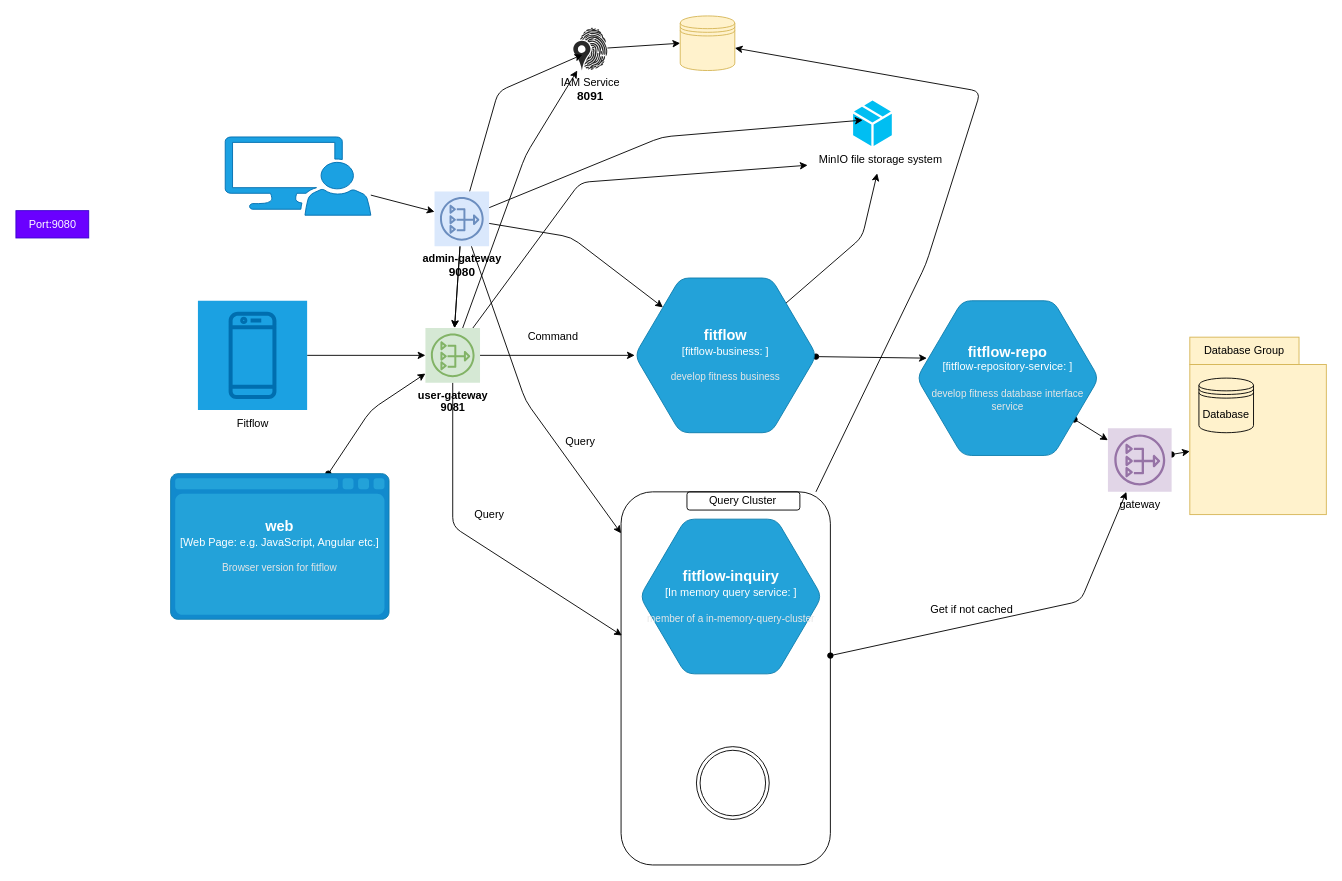
sohbati/fitflow keeps this draw.io diagram as page "microservice design" (3 of 3) of document/FitFlow-UserFlows.drawio. Above is the earlier version. Source tidied: cells renumbered, new cells numbered last; positions are measured from the earlier drawing's top-left corner, leaving out a move shared by most shapes. Both pictures are drawn from the tidied source at 91%, with x=0, y=0 at pixel (15, 15).
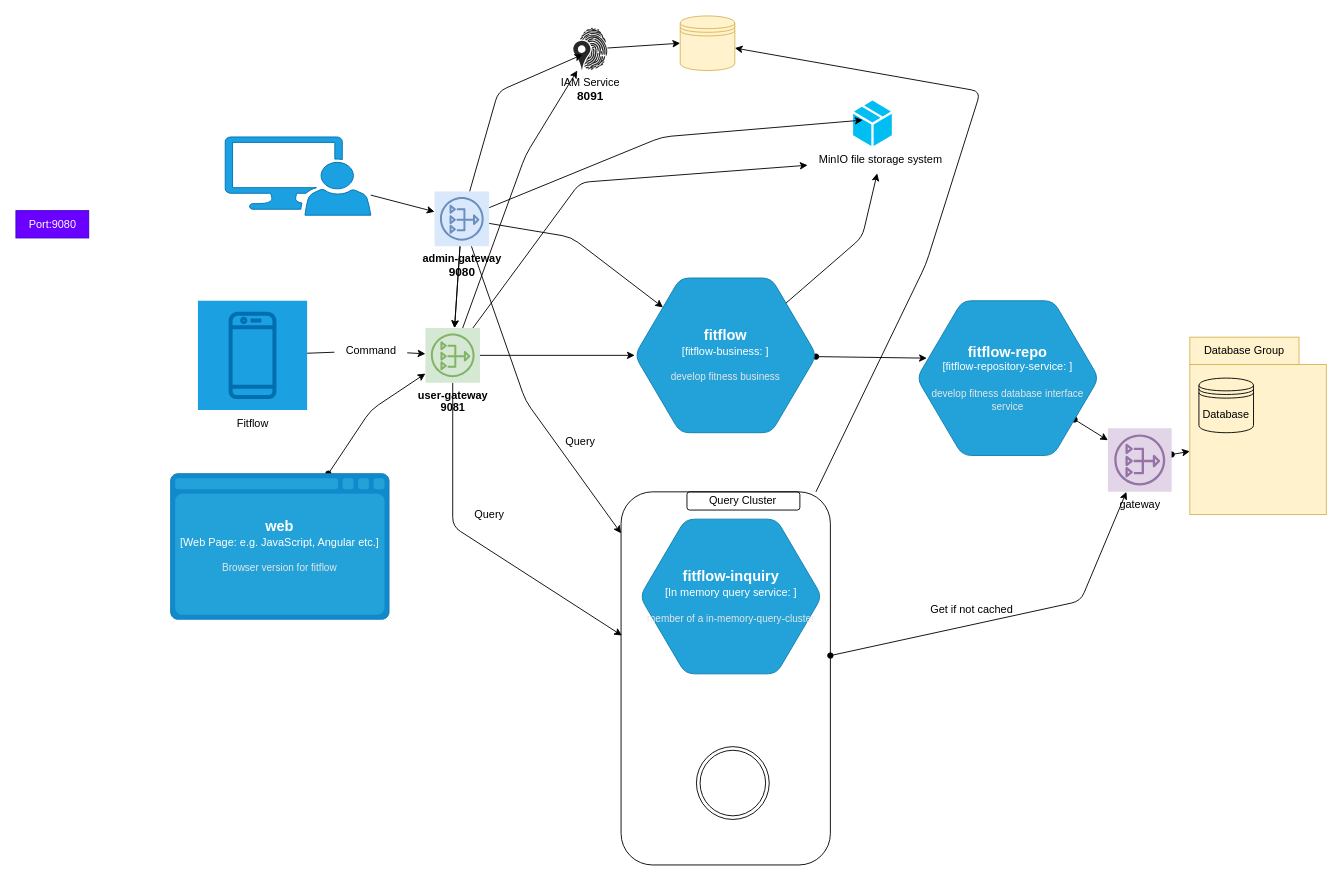
After the change.

Unchanged cells that the change refers to:
```xml
<mxCell id="9" value="&lt;b&gt;Fit&lt;/b&gt;" style="sketch=0;outlineConnect=0;fontColor=#ffffff;strokeColor=#006EAF;fillColor=#1ba1e2;dashed=0;verticalLabelPosition=bottom;verticalAlign=top;align=center;html=1;fontSize=12;fontStyle=0;shape=mxgraph.aws4.resourceIcon;resIcon=mxgraph.aws4.mobile_client;" parent="1" vertex="1">
  <mxGeometry x="200" y="313" width="120" height="120" as="geometry" />
</mxCell>
<mxCell id="14" value="&lt;b&gt;user-gateway&lt;br&gt;9081&lt;/b&gt;" style="sketch=0;outlineConnect=0;strokeColor=#82b366;fillColor=#d5e8d4;dashed=0;verticalLabelPosition=bottom;verticalAlign=top;align=center;html=1;fontSize=12;fontStyle=0;shape=mxgraph.aws4.resourceIcon;resIcon=mxgraph.aws4.nat_gateway;" parent="1" vertex="1">
  <mxGeometry x="450" y="343" width="60" height="60" as="geometry" />
</mxCell>
```

The edit, as a diff of the source:
```diff
@@
-    <mxCell id="8" style="edgeStyle=none;html=1;" parent="1" edge="1" source="9" target="14">
+    <mxCell id="8" style="edgeStyle=none;html=1;startArrow=none;" parent="1" edge="1" source="24" target="14">
       <mxGeometry relative="1" as="geometry" />
     </mxCell>
@@
-    <mxCell id="24" value="Command" style="text;html=1;align=center;verticalAlign=middle;points=[];strokeColor=none;fillColor=none;" parent="1" vertex="1">
-      <mxGeometry x="550" y="338" width="80" height="30" as="geometry" />
-    </mxCell>
@@
+    <mxCell id="49" style="edgeStyle=none;html=1;endArrow=none;" parent="1" edge="1" source="9" target="24">
+      <mxGeometry relative="1" as="geometry" />
+    </mxCell>
+    <mxCell id="24" value="Command" style="text;html=1;align=center;verticalAlign=middle;points=[];strokeColor=none;fillColor=none;" parent="1" vertex="1">
+      <mxGeometry x="350" y="353" width="80" height="30" as="geometry" />
+    </mxCell>
```
